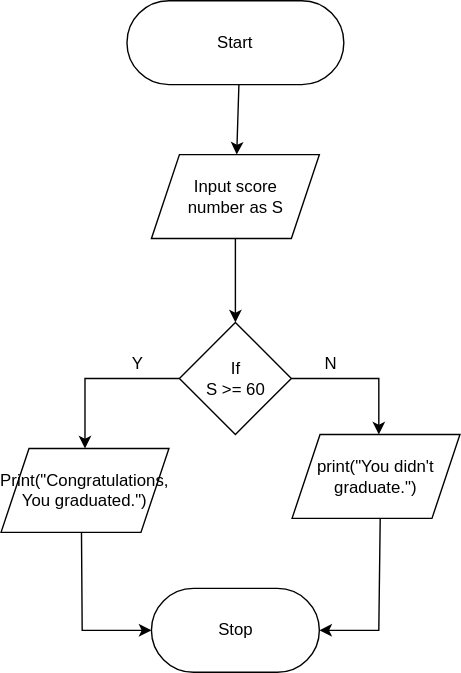
Above: Flowchart2.drawio.svg in Mednoob/Mednoob (draw.io), before the change. Source tidied: cells renumbered, new cells last; positions are measured from the earlier drawing's top-left corner, leaving out a move shared by most shapes. The source it was exported from:
```xml
<mxGraphModel>
  <root>
    <mxCell id="0" />
    <mxCell id="1" parent="0" />
    <mxCell id="2" value="Start" style="rounded=1;whiteSpace=wrap;html=1;arcSize=50;" parent="1" vertex="1">
      <mxGeometry x="90" width="155" height="60" as="geometry" />
    </mxCell>
    <mxCell id="3" style="endArrow=classic;html=1;rounded=0;" parent="1" edge="1" target="4">
      <mxGeometry relative="1" as="geometry">
        <mxPoint x="170" y="60" as="sourcePoint" />
      </mxGeometry>
    </mxCell>
    <mxCell id="4" value="Input score&lt;br&gt;number as S" style="shape=parallelogram;perimeter=parallelogramPerimeter;whiteSpace=wrap;html=1;fixedSize=1;" parent="1" vertex="1">
      <mxGeometry x="107.5" y="110" width="120" height="60" as="geometry" />
    </mxCell>
    <mxCell id="5" value="If&lt;br&gt;S &amp;gt;= 60" style="rhombus;whiteSpace=wrap;html=1;" parent="1" vertex="1">
      <mxGeometry x="127.5" y="230" width="80" height="80" as="geometry" />
    </mxCell>
    <mxCell id="6" style="endArrow=classic;html=1;rounded=0;entryX=0.5;entryY=0;entryDx=0;entryDy=0;exitX=0.5;exitY=1;exitDx=0;exitDy=0;" parent="1" edge="1" source="4" target="5">
      <mxGeometry relative="1" as="geometry" />
    </mxCell>
    <mxCell id="7" style="endArrow=classic;html=1;rounded=0;" parent="1" edge="1">
      <mxGeometry relative="1" as="geometry">
        <mxPoint x="127.5" y="270" as="sourcePoint" />
        <mxPoint x="60" y="320" as="targetPoint" />
        <Array as="points">
          <mxPoint x="60" y="270" />
        </Array>
      </mxGeometry>
    </mxCell>
    <mxCell id="8" value="Y" style="text;html=1;strokeColor=none;fillColor=none;align=center;verticalAlign=middle;whiteSpace=wrap;rounded=0;" parent="1" vertex="1">
      <mxGeometry x="68" y="245" width="60" height="30" as="geometry" />
    </mxCell>
    <mxCell id="9" style="endArrow=classic;html=1;rounded=0;" parent="1" edge="1">
      <mxGeometry relative="1" as="geometry">
        <mxPoint x="207.5" y="270" as="sourcePoint" />
        <mxPoint x="270" y="310" as="targetPoint" />
        <Array as="points">
          <mxPoint x="270" y="270" />
        </Array>
      </mxGeometry>
    </mxCell>
    <mxCell id="10" value="N" style="text;html=1;strokeColor=none;fillColor=none;align=center;verticalAlign=middle;whiteSpace=wrap;rounded=0;" parent="1" vertex="1">
      <mxGeometry x="206" y="245" width="60" height="30" as="geometry" />
    </mxCell>
    <mxCell id="11" value="Print(&quot;Congratulations, You graduated.&quot;)" style="shape=parallelogram;perimeter=parallelogramPerimeter;whiteSpace=wrap;html=1;fixedSize=1;" parent="1" vertex="1">
      <mxGeometry y="320" width="120" height="60" as="geometry" />
    </mxCell>
    <mxCell id="12" value="print(&quot;You didn't graduate.&quot;)" style="shape=parallelogram;perimeter=parallelogramPerimeter;whiteSpace=wrap;html=1;fixedSize=1;" parent="1" vertex="1">
      <mxGeometry x="208" y="310" width="120" height="60" as="geometry" />
    </mxCell>
    <mxCell id="13" style="endArrow=classic;html=1;rounded=0;entryX=0;entryY=0.5;entryDx=0;entryDy=0;" parent="1" edge="1" target="15">
      <mxGeometry relative="1" as="geometry">
        <mxPoint x="57.5" y="380" as="sourcePoint" />
        <Array as="points">
          <mxPoint x="58" y="450" />
        </Array>
      </mxGeometry>
    </mxCell>
    <mxCell id="14" style="endArrow=classic;html=1;rounded=0;" parent="1" edge="1" target="15">
      <mxGeometry relative="1" as="geometry">
        <mxPoint x="271" y="370" as="sourcePoint" />
        <Array as="points">
          <mxPoint x="270" y="450" />
        </Array>
      </mxGeometry>
    </mxCell>
    <mxCell id="15" value="Stop" style="rounded=1;whiteSpace=wrap;html=1;arcSize=50;" parent="1" vertex="1">
      <mxGeometry x="107.5" y="420" width="120" height="60" as="geometry" />
    </mxCell>
  </root>
</mxGraphModel>
```
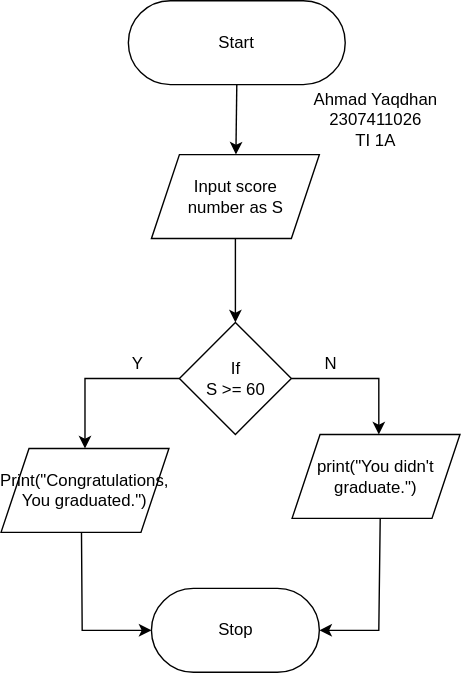
Above is the later version.

Change to the diagram source:
```diff
@@ -3,12 +3,10 @@
     <mxCell id="0" />
     <mxCell id="1" parent="0" />
     <mxCell id="2" value="Start" style="rounded=1;whiteSpace=wrap;html=1;arcSize=50;" parent="1" vertex="1">
-      <mxGeometry x="90" width="155" height="60" as="geometry" />
+      <mxGeometry x="91" width="155" height="60" as="geometry" />
     </mxCell>
-    <mxCell id="3" style="endArrow=classic;html=1;rounded=0;" parent="1" edge="1" target="4">
-      <mxGeometry relative="1" as="geometry">
-        <mxPoint x="170" y="60" as="sourcePoint" />
-      </mxGeometry>
+    <mxCell id="3" style="endArrow=classic;html=1;rounded=0;exitX=0.5;exitY=1;exitDx=0;exitDy=0;" parent="1" edge="1" source="2" target="4">
+      <mxGeometry relative="1" as="geometry" />
     </mxCell>
     <mxCell id="4" value="Input score&lt;br&gt;number as S" style="shape=parallelogram;perimeter=parallelogramPerimeter;whiteSpace=wrap;html=1;fixedSize=1;" parent="1" vertex="1">
       <mxGeometry x="107.5" y="110" width="120" height="60" as="geometry" />
@@ -68,5 +66,8 @@
     <mxCell id="15" value="Stop" style="rounded=1;whiteSpace=wrap;html=1;arcSize=50;" parent="1" vertex="1">
       <mxGeometry x="107.5" y="420" width="120" height="60" as="geometry" />
     </mxCell>
+    <mxCell id="16" value="Ahmad Yaqdhan&lt;br&gt;2307411026&lt;br&gt;TI 1A" style="text;html=1;strokeColor=none;fillColor=none;align=center;verticalAlign=middle;whiteSpace=wrap;rounded=0;" parent="1" vertex="1">
+      <mxGeometry x="208" y="70" width="120" height="30" as="geometry" />
+    </mxCell>
   </root>
 </mxGraphModel>
```
